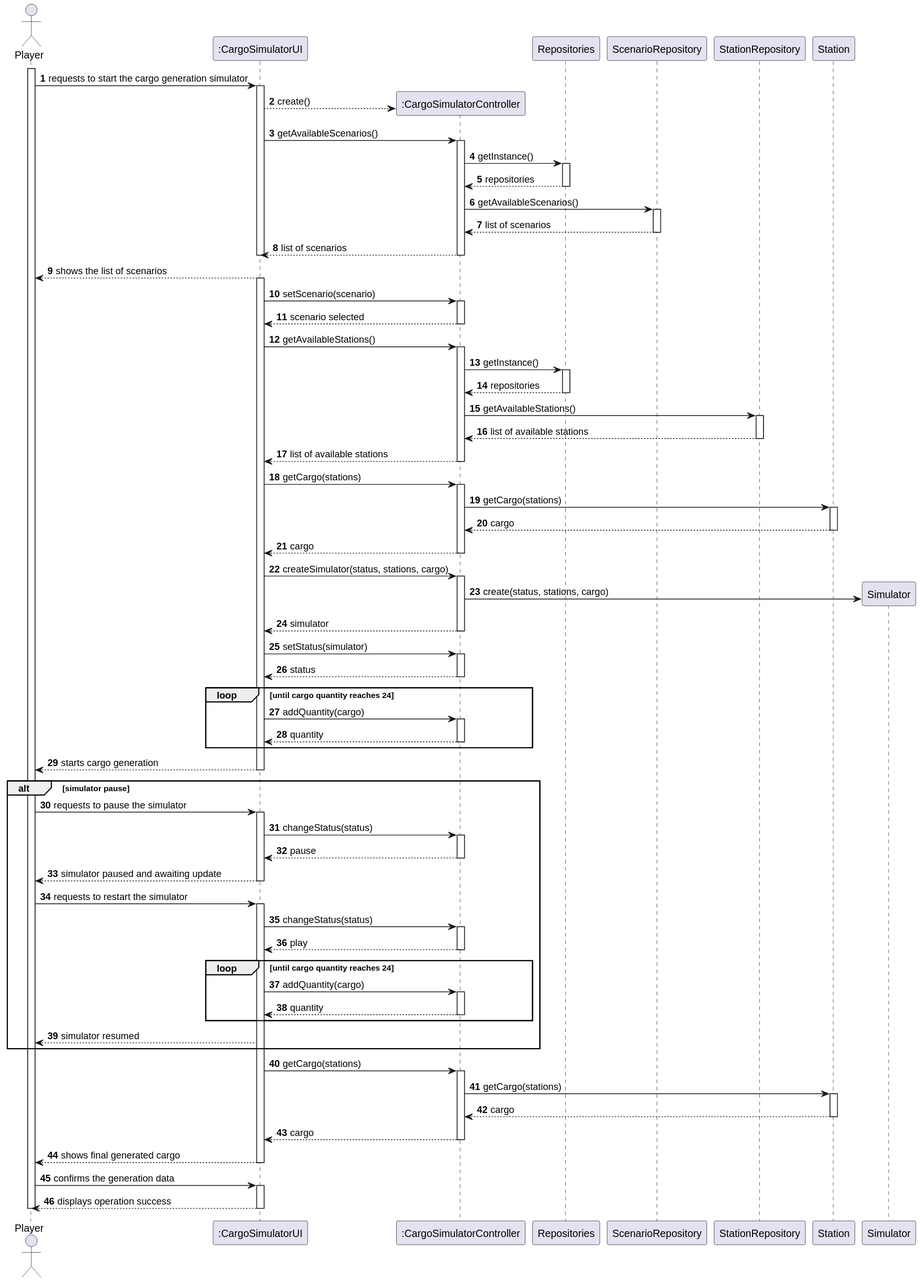
1240935/pi2-railway-simulator keeps this PlantUML diagram as Sprint2/US012/03.design/svg/US012-SD-full.svg. Above is the earlier version.
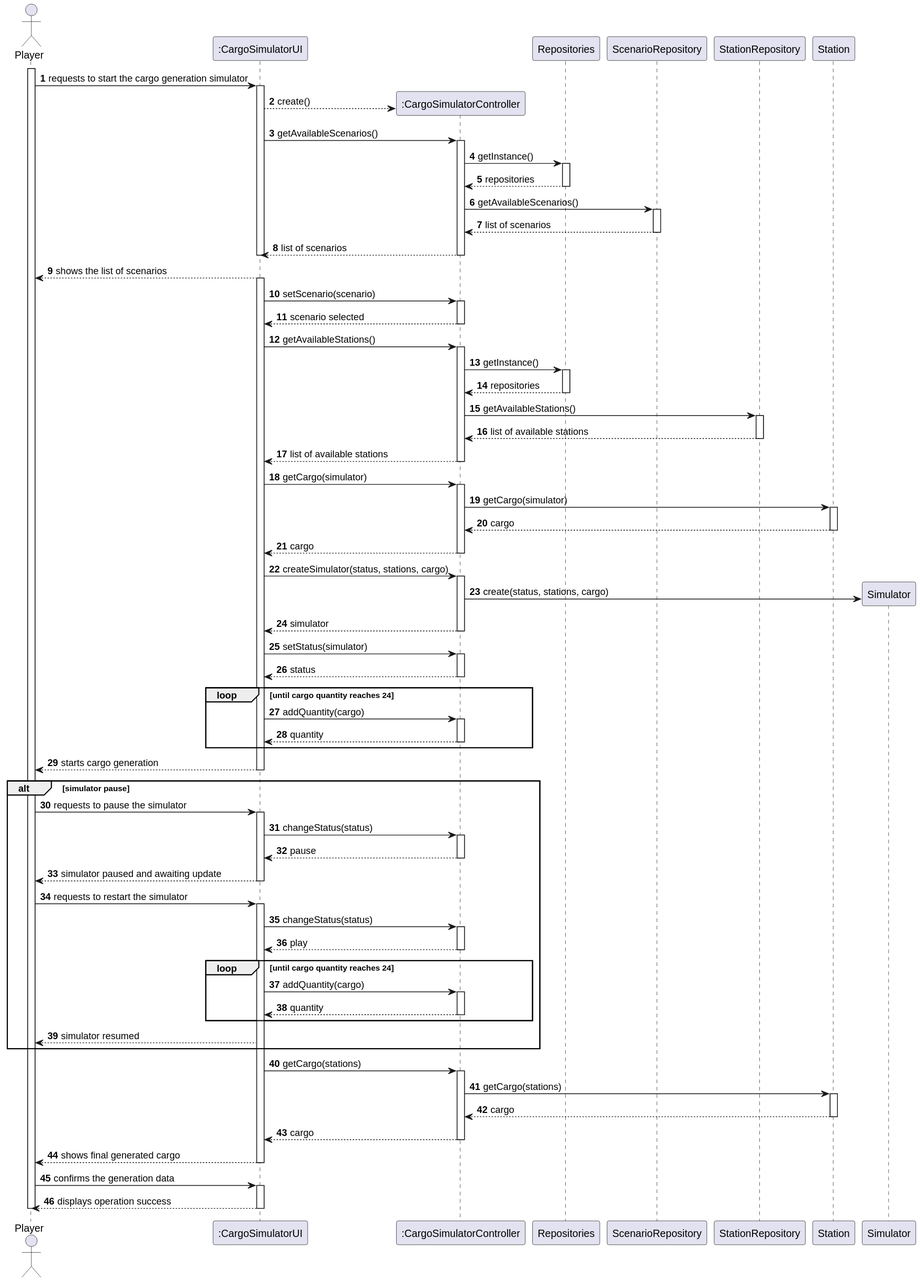
Above is the later version.

Diff of the diagram source:
```diff
@@ -68,11 +68,11 @@
         CTRL --> UI: list of available stations
         deactivate CTRL
 
-        UI -> CTRL: getCargo(stations)
+        UI -> CTRL: getCargo(simulator)
 
         activate CTRL
 
-        CTRL -> STATION: getCargo(stations)
+        CTRL -> STATION: getCargo(simulator)
 
         activate STATION
 
```
